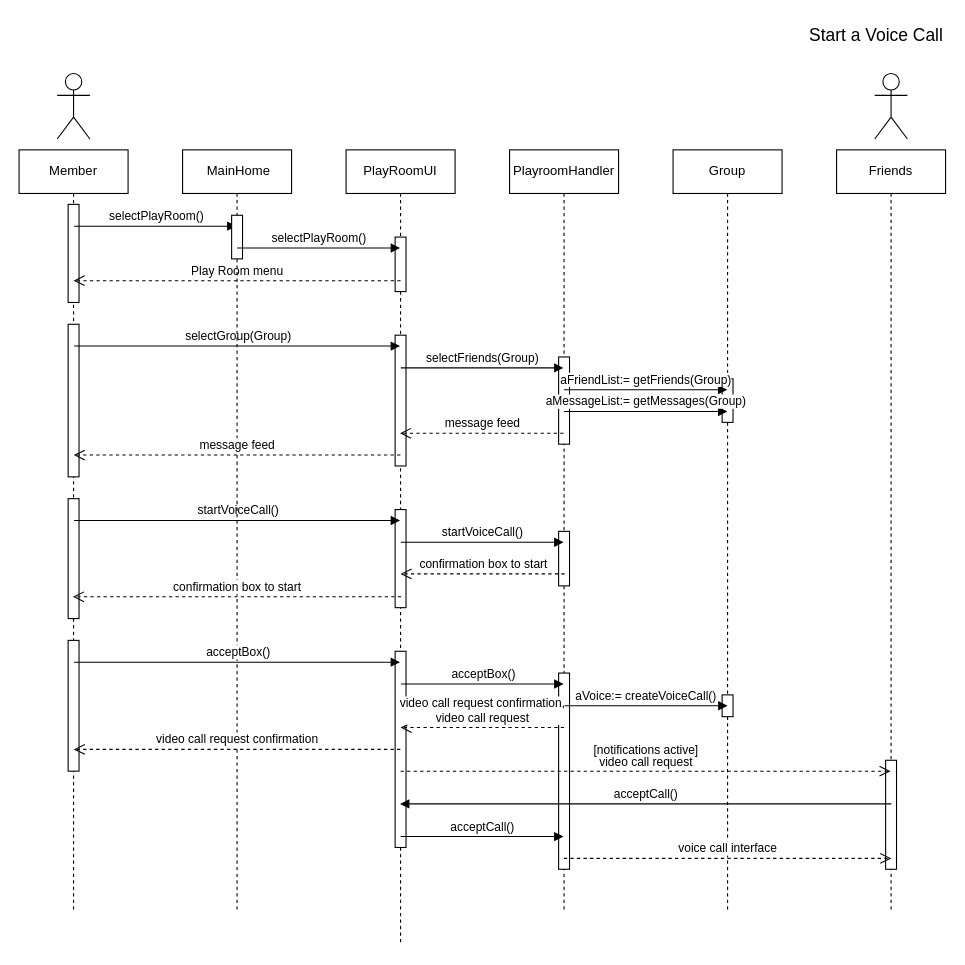
The draw.io diagram page "Start a Voice Call" (7 of 8) of System Design/EzPlay Sequence Diagrams.drawio in fuentesflormicha/Team_Project, before the edit. Source tidied: cells renumbered, new cells numbered last; positions are measured from the earlier drawing's top-left corner, leaving out a move shared by most shapes. Both pictures are drawn from the tidied source at 109%, with x=0, y=0 at pixel (19, 19).
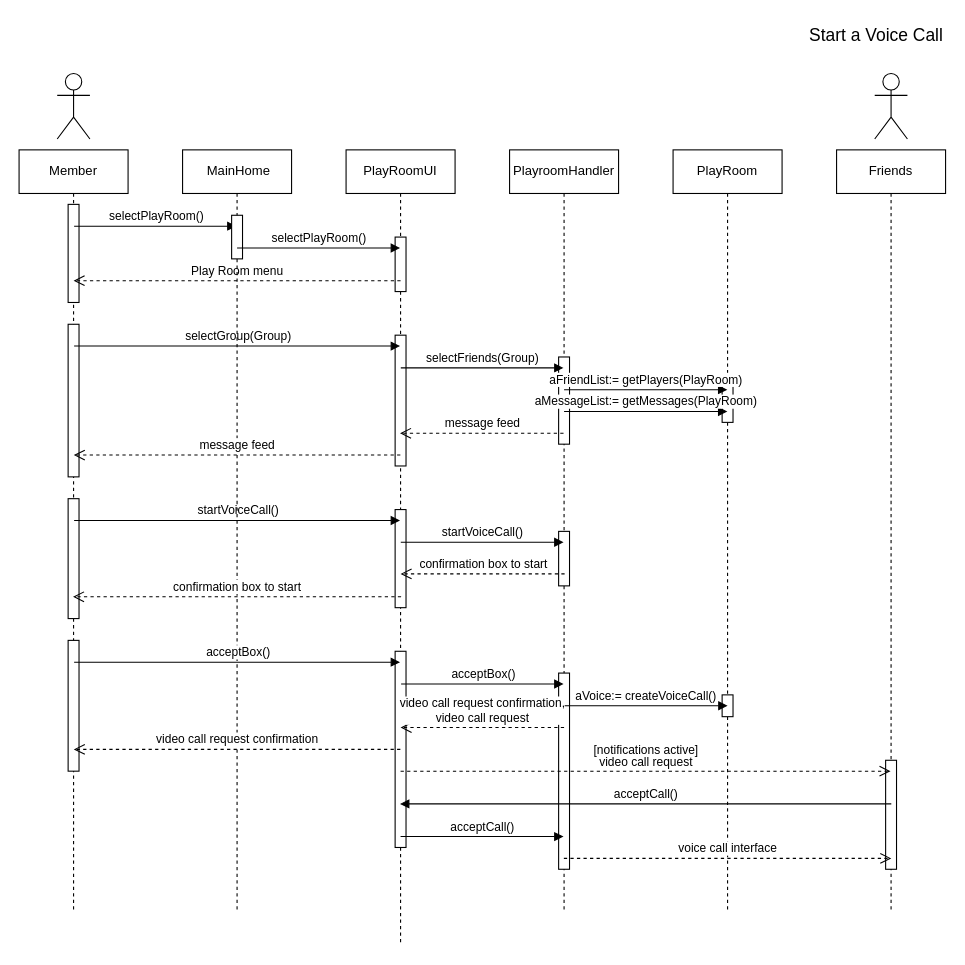
After the change.

What changed in the source:
```diff
@@
-    <mxCell id="27" value="Group" style="shape=umlLifeline;perimeter=lifelinePerimeter;whiteSpace=wrap;html=1;newEdgeStyle={&quot;curved&quot;:0,&quot;rounded&quot;:0};" parent="1" vertex="1">
+    <mxCell id="27" value="PlayRoom" style="shape=umlLifeline;perimeter=lifelinePerimeter;whiteSpace=wrap;html=1;newEdgeStyle={&quot;curved&quot;:0,&quot;rounded&quot;:0};" parent="1" vertex="1">
       <mxGeometry x="600" y="120" width="100" height="700" as="geometry" />
     </mxCell>
@@
-    <mxCell id="32" value="aFriendList:= getFriends(Group)" style="html=1;verticalAlign=bottom;endArrow=block;curved=0;rounded=0;" parent="1" edge="1">
+    <mxCell id="32" value="aFriendList:= getPlayers(PlayRoom)" style="html=1;verticalAlign=bottom;endArrow=block;curved=0;rounded=0;" parent="1" edge="1">
       <mxGeometry relative="1" as="geometry">
         <mxPoint x="500" y="340" as="sourcePoint" />
         <mxPoint x="649.8" y="340" as="targetPoint" />
       </mxGeometry>
     </mxCell>
@@
-    <mxCell id="37" value="aMessageList:= getMessages(Group)" style="html=1;verticalAlign=bottom;endArrow=block;curved=0;rounded=0;" parent="1" edge="1">
+    <mxCell id="37" value="aMessageList:= getMessages(PlayRoom)" style="html=1;verticalAlign=bottom;endArrow=block;curved=0;rounded=0;" parent="1" edge="1">
       <mxGeometry relative="1" as="geometry">
         <mxPoint x="500" y="360" as="sourcePoint" />
         <mxPoint x="649.8" y="360" as="targetPoint" />
       </mxGeometry>
     </mxCell>
```
